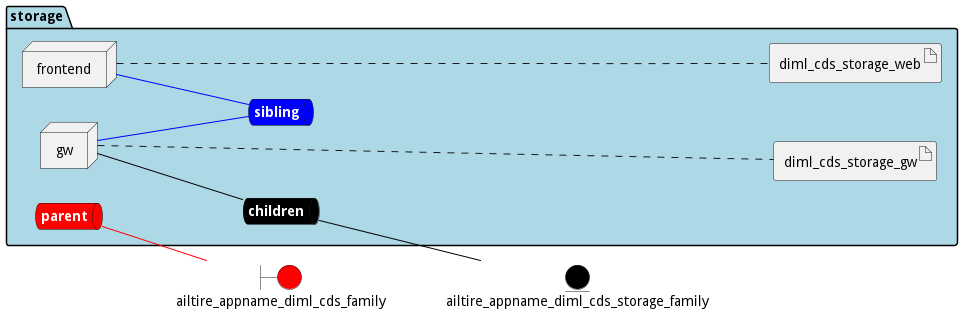
This is docs/edgemere/diml/cds/storage/envs/dev/deployment.png from madajaju/edgemere, a PlantUML export, as it was before one commit. The source it was exported from:
```plantuml
@startuml

left to right direction


boundary ailtire_appname_diml_cds_family #red


entity ailtire_appname_diml_cds_storage_family #black




package "storage" #lightblue {
    queue childrennet #black [
            <b><color:white>children</color></b>
    ]

    childrennet -[#black]- ailtire_appname_diml_cds_storage_family

    queue siblingnet #blue [
            <b><color:white>sibling</color></b>
    ]

    queue parentnet #red [
            <b><color:white>parent</color></b>
    ]

    parentnet -[#red]- ailtire_appname_diml_cds_family


node "frontend" as frontendService
node "gw" as gwService


        artifact "diml_cds_storage_web" as diml_cds_storage_webimage

        artifact "diml_cds_storage_gw" as diml_cds_storage_gwimage

}

frontendService -[#blue]- siblingnet

gwService -[#black]- childrennet

gwService -[#blue]- siblingnet
frontendService .... diml_cds_storage_webimage
gwService .... diml_cds_storage_gwimage


@enduml
```
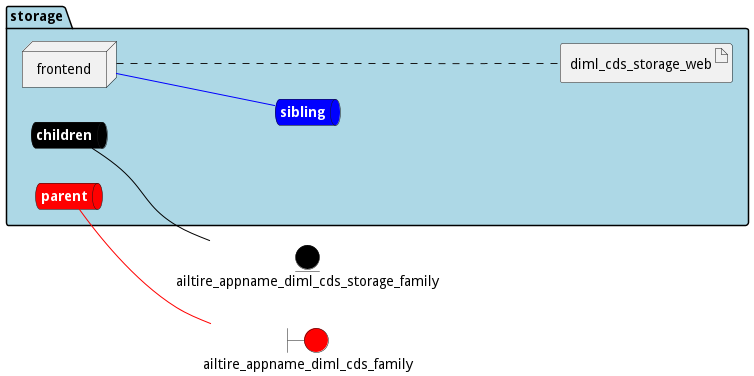
After the commit.

Diff of the diagram source:
```diff
@@ -30,22 +30,14 @@
 
 
 node "frontend" as frontendService
-node "gw" as gwService
 
 
         artifact "diml_cds_storage_web" as diml_cds_storage_webimage
 
-        artifact "diml_cds_storage_gw" as diml_cds_storage_gwimage
-
 }
 
 frontendService -[#blue]- siblingnet
-
-gwService -[#black]- childrennet
-
-gwService -[#blue]- siblingnet
 frontendService .... diml_cds_storage_webimage
-gwService .... diml_cds_storage_gwimage
 
 
 @enduml
```
